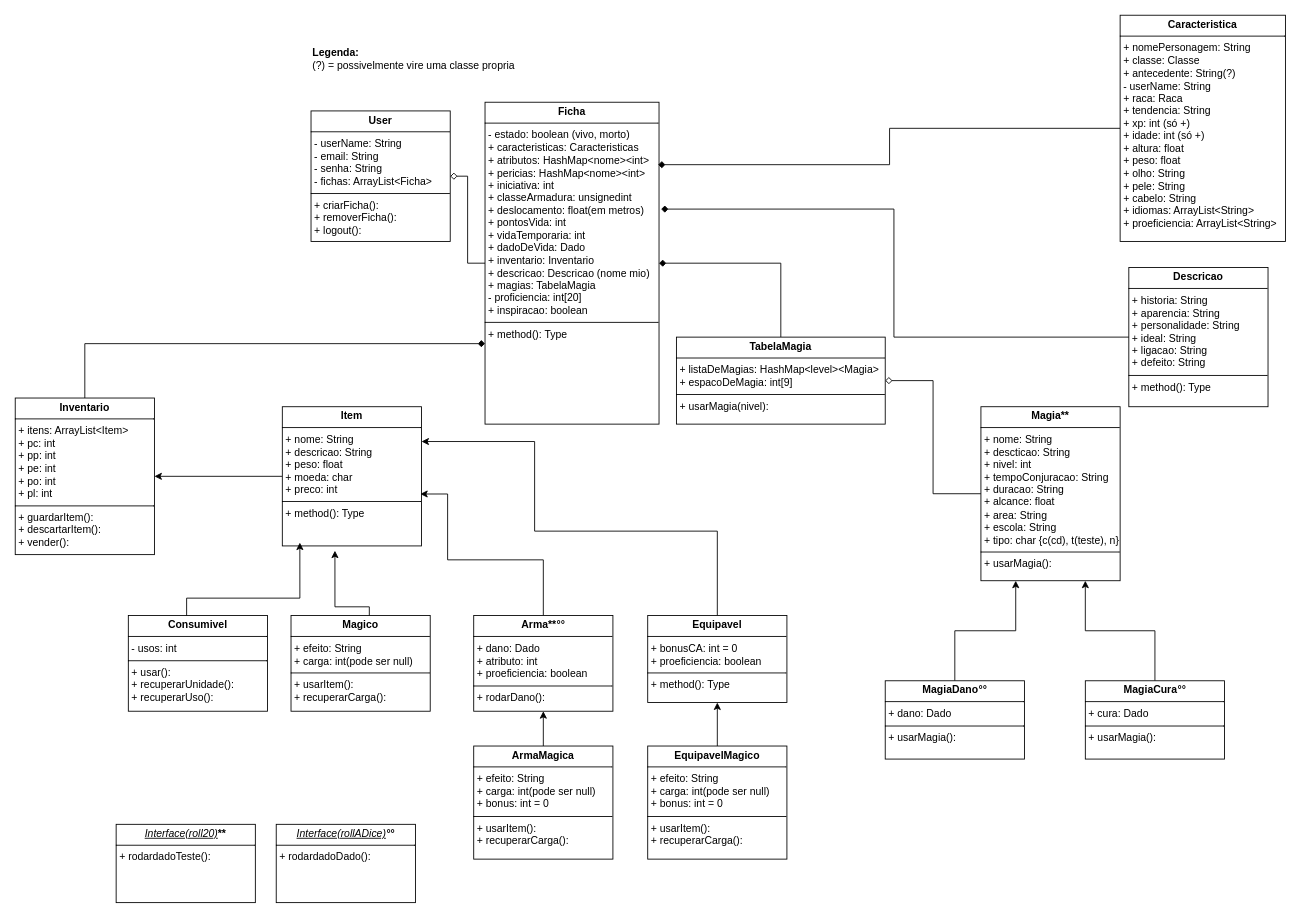
Fefeeu/App-Preenchedor-de-Fichas keeps this draw.io diagram as utilitarios/classes_RPP.drawio. Above is the earlier version. Source tidied: cells renumbered, new cells numbered last; positions are measured from the earlier drawing's top-left corner, leaving out a move shared by most shapes. Both pictures are drawn from the tidied source at 87%, with x=0, y=0 at pixel (15, 15).
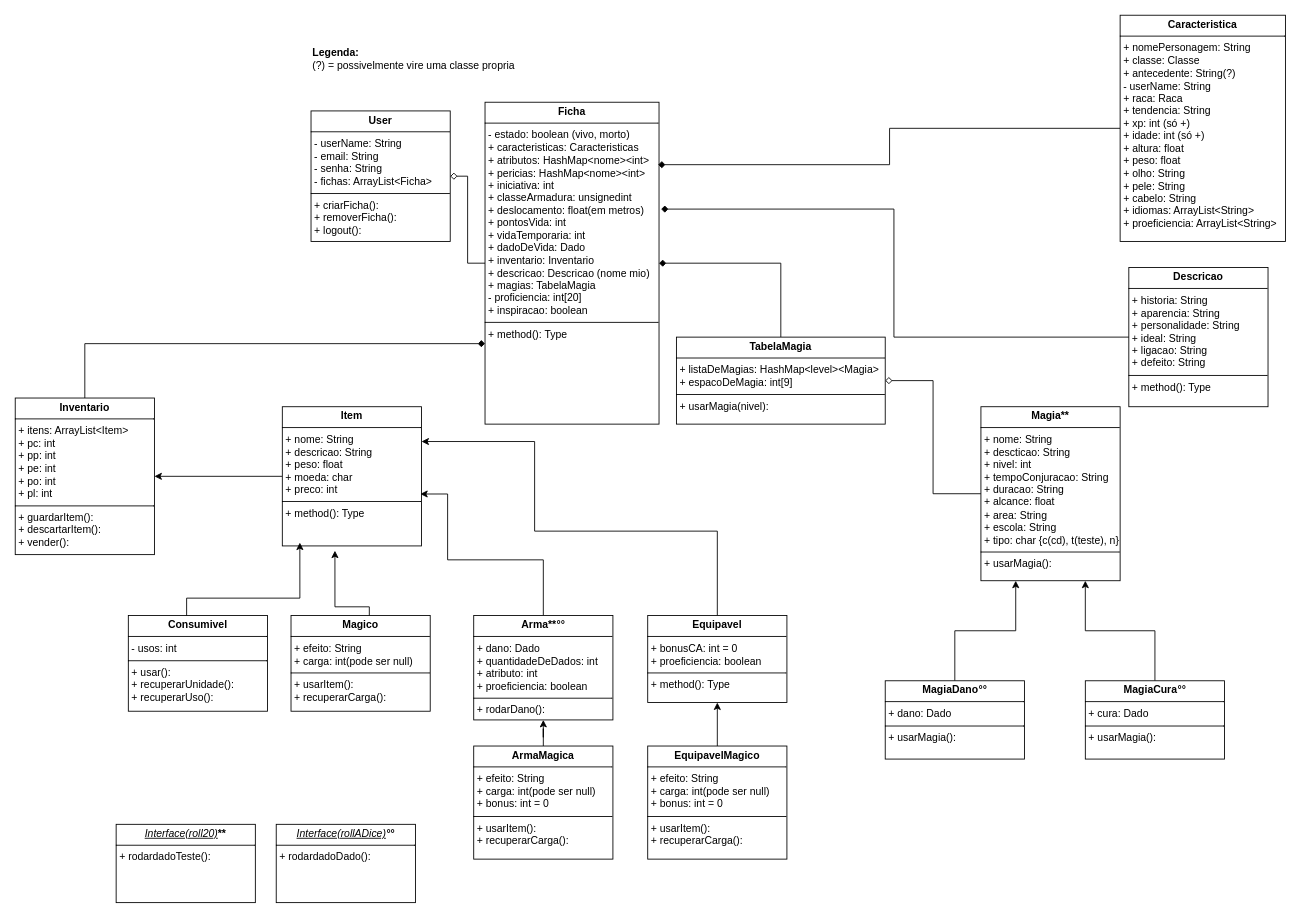
After the change.

What changed in the source:
```diff
@@
-    <mxCell id="14" value="&lt;p style=&quot;margin:0px;margin-top:4px;text-align:center;&quot;&gt;&lt;b&gt;Arma&lt;/b&gt;&lt;b style=&quot;background-color: transparent; color: light-dark(rgb(0, 0, 0), rgb(255, 255, 255));&quot;&gt;**&lt;/b&gt;&lt;i style=&quot;background-color: transparent; color: light-dark(rgb(0, 0, 0), rgb(255, 255, 255));&quot;&gt;&lt;b&gt;°°&lt;/b&gt;&lt;/i&gt;&lt;/p&gt;&lt;hr size=&quot;1&quot; style=&quot;border-style:solid;&quot;&gt;&lt;p style=&quot;margin:0px;margin-left:4px;&quot;&gt;+ dano: Dado&lt;/p&gt;&lt;p style=&quot;margin:0px;margin-left:4px;&quot;&gt;+ atributo: int&lt;/p&gt;&lt;p style=&quot;margin:0px;margin-left:4px;&quot;&gt;+ proeficiencia: boolean&lt;/p&gt;&lt;hr size=&quot;1&quot; style=&quot;border-style:solid;&quot;&gt;&lt;p style=&quot;margin:0px;margin-left:4px;&quot;&gt;+ rodarDano():&lt;/p&gt;" style="verticalAlign=top;align=left;overflow=fill;html=1;whiteSpace=wrap;" parent="1" vertex="1">
-      <mxGeometry x="527" y="690" width="160" height="110" as="geometry" />
+    <mxCell id="14" value="&lt;p style=&quot;margin:0px;margin-top:4px;text-align:center;&quot;&gt;&lt;b&gt;Arma&lt;/b&gt;&lt;b style=&quot;background-color: transparent; color: light-dark(rgb(0, 0, 0), rgb(255, 255, 255));&quot;&gt;**&lt;/b&gt;&lt;i style=&quot;background-color: transparent; color: light-dark(rgb(0, 0, 0), rgb(255, 255, 255));&quot;&gt;&lt;b&gt;°°&lt;/b&gt;&lt;/i&gt;&lt;/p&gt;&lt;hr size=&quot;1&quot; style=&quot;border-style:solid;&quot;&gt;&lt;p style=&quot;margin:0px;margin-left:4px;&quot;&gt;+ dano: Dado&lt;/p&gt;&lt;p style=&quot;margin:0px;margin-left:4px;&quot;&gt;+ quantidadeDeDados: int&lt;/p&gt;&lt;p style=&quot;margin:0px;margin-left:4px;&quot;&gt;+ atributo: int&lt;/p&gt;&lt;p style=&quot;margin:0px;margin-left:4px;&quot;&gt;+ proeficiencia: boolean&lt;/p&gt;&lt;hr size=&quot;1&quot; style=&quot;border-style:solid;&quot;&gt;&lt;p style=&quot;margin:0px;margin-left:4px;&quot;&gt;+ rodarDano():&lt;/p&gt;" style="verticalAlign=top;align=left;overflow=fill;html=1;whiteSpace=wrap;" parent="1" vertex="1">
+      <mxGeometry x="527" y="690" width="160" height="120" as="geometry" />
     </mxCell>
```
